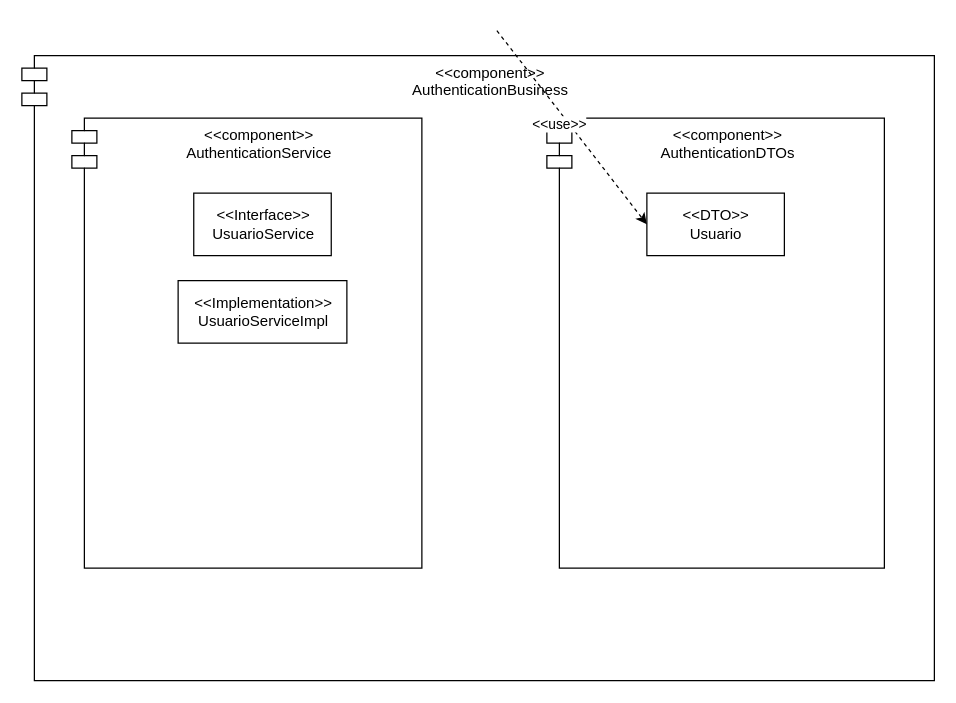
Earlier version of the draw.io diagram diagramas/arquitectura/AuthenticationBusiness.drawio (Castillo82/simuladordestinos). Source tidied: cells renumbered, new cells numbered last; positions are measured from the earlier drawing's top-left corner, leaving out a move shared by most shapes. Both pictures are drawn from the tidied source at 125%, with x=0, y=0 at pixel (21, 30).
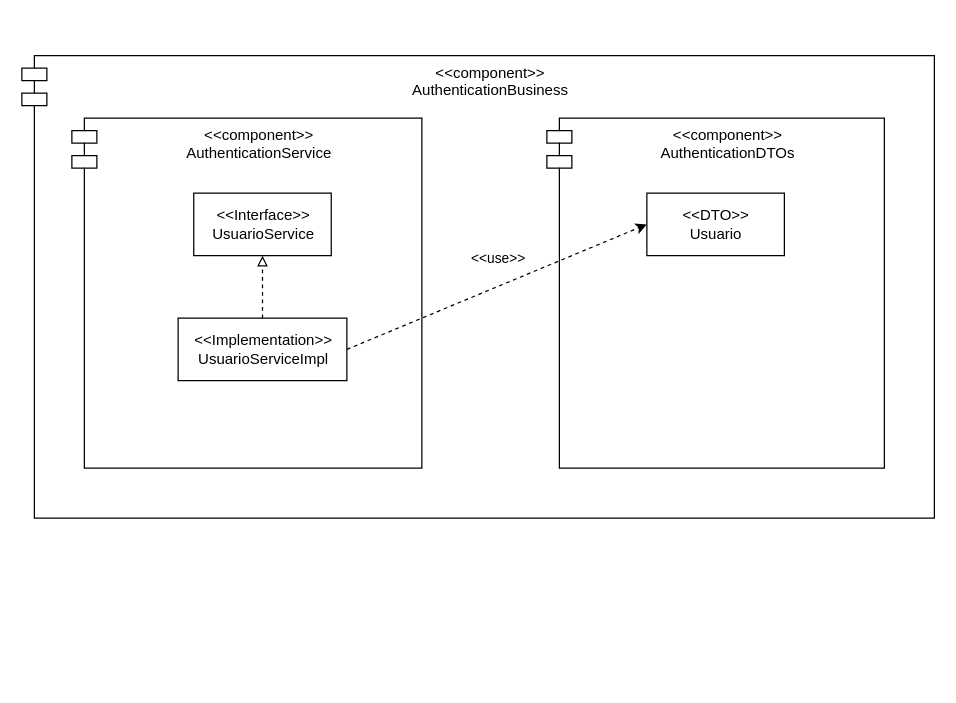
The same diagram, later.

Change to the diagram source:
```diff
@@
 <mxGraphModel>
   <root>
     <mxCell id="0" />
     <mxCell id="1" parent="0" />
     <mxCell id="2" value="&lt;&lt;component&gt;&gt;&#10;AuthenticationBusiness" style="shape=module;align=left;spacingLeft=20;align=center;verticalAlign=top;" parent="1" vertex="1">
-      <mxGeometry y="20" width="730" height="500" as="geometry" />
+      <mxGeometry y="20" width="730" height="370" as="geometry" />
     </mxCell>
     <mxCell id="3" value="&lt;&lt;component&gt;&gt;&#10;AuthenticationService" style="shape=module;align=left;spacingLeft=20;align=center;verticalAlign=top;" parent="1" vertex="1">
-      <mxGeometry x="40" y="70" width="280" height="360" as="geometry" />
+      <mxGeometry x="40" y="70" width="280" height="280" as="geometry" />
     </mxCell>
     <mxCell id="4" value="&lt;&lt;component&gt;&gt;&#10;AuthenticationDTOs" style="shape=module;align=left;spacingLeft=20;align=center;verticalAlign=top;" parent="1" vertex="1">
-      <mxGeometry x="420" y="70" width="270" height="360" as="geometry" />
+      <mxGeometry x="420" y="70" width="270" height="280" as="geometry" />
     </mxCell>
     <mxCell id="5" value="&amp;lt;&amp;lt;DTO&amp;gt;&amp;gt;&lt;br&gt;Usuario" style="html=1;" parent="1" vertex="1">
       <mxGeometry x="500" y="130" width="110" height="50" as="geometry" />
     </mxCell>
     <mxCell id="6" value="&amp;lt;&amp;lt;Interface&amp;gt;&amp;gt;&lt;br&gt;UsuarioService" style="html=1;" parent="1" vertex="1">
       <mxGeometry x="137.5" y="130" width="110" height="50" as="geometry" />
     </mxCell>
     <mxCell id="7" value="&amp;lt;&amp;lt;Implementation&amp;gt;&amp;gt;&lt;br&gt;UsuarioServiceImpl" style="html=1;" parent="1" vertex="1">
-      <mxGeometry x="125" y="200" width="135" height="50" as="geometry" />
+      <mxGeometry x="125" y="230" width="135" height="50" as="geometry" />
     </mxCell>
-    <mxCell id="8" style="endArrow=classic;html=1;rounded=0;entryX=0;entryY=0.5;entryDx=0;entryDy=0;dashed=1;" parent="1" edge="1" target="5">
-      <mxGeometry relative="1" as="geometry">
-        <mxPoint x="380" as="sourcePoint" />
-      </mxGeometry>
+    <mxCell id="8" style="endArrow=classic;html=1;rounded=0;entryX=0;entryY=0.5;entryDx=0;entryDy=0;dashed=1;exitX=1;exitY=0.5;exitDx=0;exitDy=0;" parent="1" edge="1" source="7" target="5">
+      <mxGeometry relative="1" as="geometry" />
     </mxCell>
     <mxCell id="9" value="&amp;lt;&amp;lt;use&amp;gt;&amp;gt;" style="edgeLabel;html=1;align=center;verticalAlign=middle;" parent="8" vertex="1">
       <mxGeometry x="0.16" y="-1" relative="1" as="geometry">
         <mxPoint x="-19" y="-16" as="offset" />
       </mxGeometry>
     </mxCell>
+    <mxCell id="10" style="endArrow=block;html=1;rounded=0;entryX=0.5;entryY=1;entryDx=0;entryDy=0;dashed=1;exitX=0.5;exitY=0;exitDx=0;exitDy=0;endFill=0;" parent="1" edge="1" source="7" target="6">
+      <mxGeometry relative="1" as="geometry" />
+    </mxCell>
   </root>
 </mxGraphModel>
```
